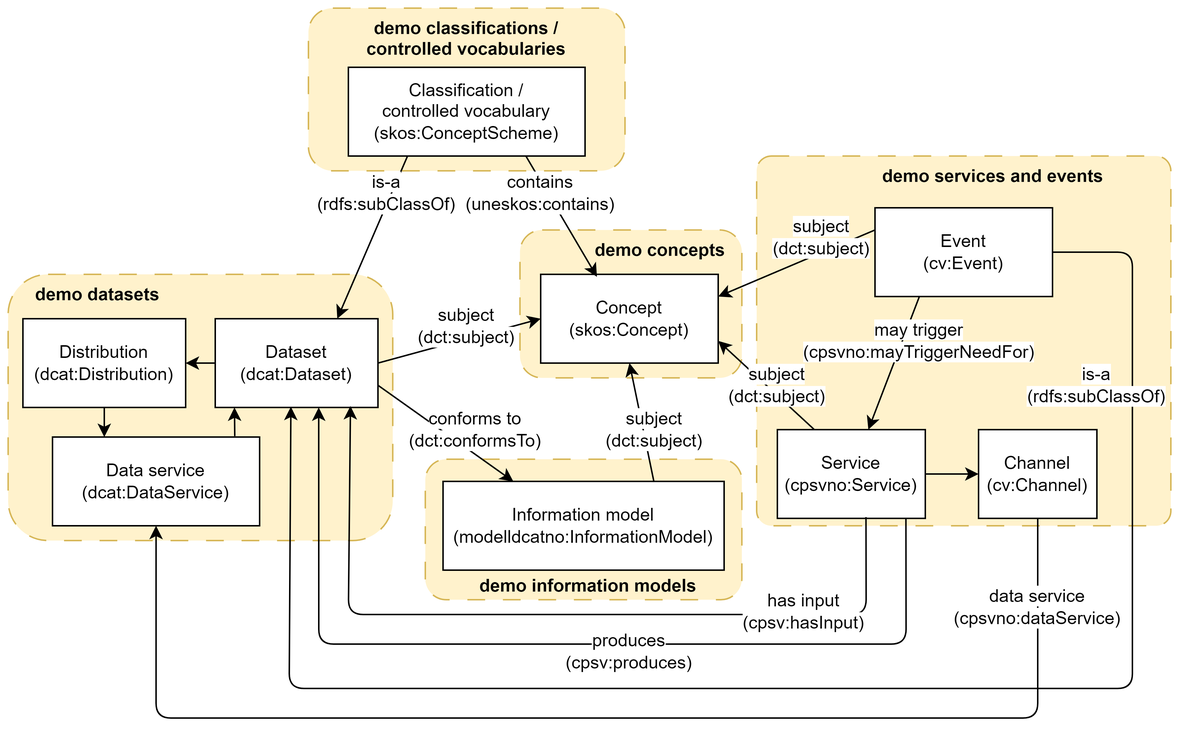
Before: overview/images/crossreferencing-between-showrooms.png, a diagram exported from draw.io (Informasjonsforvaltning/showroom). Source tidied: cells renumbered, new cells last; positions are measured from the earlier drawing's top-left corner, leaving out a move shared by most shapes. The source it was exported from:
```xml
<mxGraphModel>
  <root>
    <mxCell id="0" />
    <mxCell id="1" parent="0" />
    <mxCell id="2" value="&lt;b&gt;&amp;nbsp; &amp;nbsp; &amp;nbsp; &amp;nbsp; &amp;nbsp; &amp;nbsp; demo services and events&lt;/b&gt;" style="rounded=1;whiteSpace=wrap;html=1;dashed=1;dashPattern=12 12;verticalAlign=top;fillColor=#fff2cc;strokeColor=#d6b656;arcSize=4;" parent="1" vertex="1">
      <mxGeometry x="506" y="100" width="280" height="250" as="geometry" />
    </mxCell>
    <mxCell id="3" value="&lt;b&gt;&amp;nbsp; &amp;nbsp; &amp;nbsp;demo datasets&lt;/b&gt;" style="rounded=1;whiteSpace=wrap;html=1;dashed=1;dashPattern=12 12;verticalAlign=top;fillColor=#fff2cc;strokeColor=#d6b656;align=left;" parent="1" vertex="1">
      <mxGeometry y="180" width="260" height="180" as="geometry" />
    </mxCell>
    <mxCell id="4" value="&lt;b&gt;&amp;nbsp; demo information models&lt;/b&gt;" style="rounded=1;whiteSpace=wrap;html=1;dashed=1;dashPattern=12 12;verticalAlign=bottom;labelBackgroundColor=none;fillColor=#fff2cc;strokeColor=#d6b656;align=center;" parent="1" vertex="1">
      <mxGeometry x="282" y="305" width="214" height="95" as="geometry" />
    </mxCell>
    <mxCell id="5" value="&lt;b&gt;&amp;nbsp; &amp;nbsp; &amp;nbsp; &amp;nbsp; &amp;nbsp; &amp;nbsp; demo concepts&lt;/b&gt;" style="rounded=1;whiteSpace=wrap;html=1;dashed=1;dashPattern=12 12;verticalAlign=top;fillColor=#fff2cc;strokeColor=#d6b656;" parent="1" vertex="1">
      <mxGeometry x="346" y="150" width="150" height="100" as="geometry" />
    </mxCell>
    <mxCell id="6" value="&lt;b&gt;demo classifications / &lt;br&gt;controlled vocabularies&lt;/b&gt;" style="rounded=1;whiteSpace=wrap;html=1;dashed=1;dashPattern=12 12;verticalAlign=top;labelBackgroundColor=none;fillColor=#fff2cc;strokeColor=#d6b656;" parent="1" vertex="1">
      <mxGeometry x="203" width="214" height="110" as="geometry" />
    </mxCell>
    <mxCell id="7" value="Classification / &lt;br&gt;controlled vocabulary&lt;br&gt;(skos:ConceptScheme)" style="rounded=0;whiteSpace=wrap;html=1;" parent="1" vertex="1">
      <mxGeometry x="230" y="40" width="160" height="60" as="geometry" />
    </mxCell>
    <mxCell id="8" value="Concept&lt;br&gt;(skos:Concept)" style="rounded=0;whiteSpace=wrap;html=1;" parent="1" vertex="1">
      <mxGeometry x="360" y="180" width="120" height="60" as="geometry" />
    </mxCell>
    <mxCell id="9" style="endArrow=classic;html=1;rounded=0;exitX=0.75;exitY=1;exitDx=0;exitDy=0;entryX=0.317;entryY=0.028;entryDx=0;entryDy=0;entryPerimeter=0;" parent="1" edge="1" source="7" target="8">
      <mxGeometry relative="1" as="geometry" />
    </mxCell>
    <mxCell id="10" value="contains&lt;br&gt;(uneskos:contains)" style="text;html=1;strokeColor=none;fillColor=none;align=center;verticalAlign=middle;whiteSpace=wrap;rounded=0;labelBackgroundColor=default;" parent="1" vertex="1">
      <mxGeometry x="330" y="110" width="60" height="30" as="geometry" />
    </mxCell>
    <mxCell id="11" value="Dataset&lt;br&gt;(dcat:Dataset)" style="rounded=0;whiteSpace=wrap;html=1;" parent="1" vertex="1">
      <mxGeometry x="140" y="210" width="110" height="60" as="geometry" />
    </mxCell>
    <mxCell id="12" style="endArrow=classic;html=1;rounded=0;entryX=0.75;entryY=0;entryDx=0;entryDy=0;endFill=1;exitX=0.25;exitY=1;exitDx=0;exitDy=0;" parent="1" edge="1" source="7" target="11">
      <mxGeometry relative="1" as="geometry" />
    </mxCell>
    <mxCell id="13" value="Information model&lt;br&gt;(modelldcatno:InformationModel)" style="rounded=0;whiteSpace=wrap;html=1;" parent="1" vertex="1">
      <mxGeometry x="294" y="320" width="190" height="60" as="geometry" />
    </mxCell>
    <mxCell id="14" style="endArrow=classic;html=1;rounded=0;exitX=1;exitY=0.75;exitDx=0;exitDy=0;entryX=0.25;entryY=0;entryDx=0;entryDy=0;" parent="1" edge="1" source="11" target="13">
      <mxGeometry relative="1" as="geometry" />
    </mxCell>
    <mxCell id="15" value="&lt;span style=&quot;background-color: rgb(255, 255, 255);&quot;&gt;conforms to&lt;br&gt;(dct:conformsTo)&lt;/span&gt;" style="text;html=1;strokeColor=none;fillColor=none;align=center;verticalAlign=middle;whiteSpace=wrap;rounded=0;labelBackgroundColor=none;" parent="1" vertex="1">
      <mxGeometry x="286" y="270" width="60" height="30" as="geometry" />
    </mxCell>
    <mxCell id="16" style="endArrow=classic;html=1;rounded=0;exitX=1;exitY=0.5;exitDx=0;exitDy=0;entryX=0;entryY=0.5;entryDx=0;entryDy=0;" parent="1" edge="1" source="11" target="8">
      <mxGeometry relative="1" as="geometry" />
    </mxCell>
    <mxCell id="17" value="&lt;span style=&quot;background-color: rgb(255, 255, 255);&quot;&gt;subject&lt;br&gt;(dct:subject)&lt;/span&gt;" style="text;html=1;strokeColor=none;fillColor=none;align=center;verticalAlign=middle;whiteSpace=wrap;rounded=0;labelBackgroundColor=none;" parent="1" vertex="1">
      <mxGeometry x="280" y="200" width="60" height="30" as="geometry" />
    </mxCell>
    <mxCell id="18" value="&lt;span style=&quot;background-color: rgb(255, 255, 255);&quot;&gt;is-a&lt;br&gt;(rdfs:subClassOf)&lt;/span&gt;" style="text;html=1;strokeColor=none;fillColor=none;align=center;verticalAlign=middle;whiteSpace=wrap;rounded=0;labelBackgroundColor=none;" parent="1" vertex="1">
      <mxGeometry x="226" y="110" width="60" height="30" as="geometry" />
    </mxCell>
    <mxCell id="19" style="endArrow=classic;html=1;rounded=0;exitX=0.75;exitY=0;exitDx=0;exitDy=0;entryX=0.5;entryY=1;entryDx=0;entryDy=0;" parent="1" edge="1" source="13" target="8">
      <mxGeometry relative="1" as="geometry" />
    </mxCell>
    <mxCell id="20" value="&lt;span style=&quot;background-color: rgb(255, 255, 255);&quot;&gt;subject&lt;br&gt;(dct:subject)&lt;/span&gt;" style="text;html=1;strokeColor=none;fillColor=none;align=center;verticalAlign=middle;whiteSpace=wrap;rounded=0;labelBackgroundColor=none;" parent="1" vertex="1">
      <mxGeometry x="407" y="270" width="60" height="30" as="geometry" />
    </mxCell>
    <mxCell id="21" value="Service&lt;br&gt;(cpsvno:Service)" style="rounded=0;whiteSpace=wrap;html=1;" parent="1" vertex="1">
      <mxGeometry x="520" y="285" width="100" height="60" as="geometry" />
    </mxCell>
    <mxCell id="22" value="Event&lt;br&gt;(cv:Event)" style="rounded=0;whiteSpace=wrap;html=1;" parent="1" vertex="1">
      <mxGeometry x="586" y="135" width="120" height="60" as="geometry" />
    </mxCell>
    <mxCell id="23" style="endArrow=classic;html=1;rounded=0;exitX=0.25;exitY=1;exitDx=0;exitDy=0;" parent="1" edge="1" source="22" target="21">
      <mxGeometry relative="1" as="geometry" />
    </mxCell>
    <mxCell id="24" value="&lt;span style=&quot;background-color: rgb(255, 255, 255);&quot;&gt;may trigger&lt;br&gt;(cpsvno:mayTriggerNeedFor)&lt;/span&gt;" style="text;html=1;strokeColor=none;fillColor=none;align=center;verticalAlign=middle;whiteSpace=wrap;rounded=0;labelBackgroundColor=none;" parent="1" vertex="1">
      <mxGeometry x="586" y="210" width="60" height="30" as="geometry" />
    </mxCell>
    <mxCell id="25" style="endArrow=classic;html=1;rounded=0;exitX=0;exitY=0.25;exitDx=0;exitDy=0;entryX=1;entryY=0.25;entryDx=0;entryDy=0;" parent="1" edge="1" source="22" target="8">
      <mxGeometry relative="1" as="geometry" />
    </mxCell>
    <mxCell id="26" value="&lt;span style=&quot;background-color: rgb(255, 255, 255);&quot;&gt;subject&lt;br&gt;(dct:subject)&lt;/span&gt;" style="text;html=1;strokeColor=none;fillColor=none;align=center;verticalAlign=middle;whiteSpace=wrap;rounded=0;labelBackgroundColor=none;" parent="1" vertex="1">
      <mxGeometry x="520" y="140" width="60" height="30" as="geometry" />
    </mxCell>
    <mxCell id="27" style="endArrow=classic;html=1;rounded=0;exitX=0.25;exitY=0;exitDx=0;exitDy=0;entryX=1;entryY=0.75;entryDx=0;entryDy=0;" parent="1" edge="1" source="21" target="8">
      <mxGeometry relative="1" as="geometry" />
    </mxCell>
    <mxCell id="28" value="&lt;span style=&quot;background-color: rgb(255, 255, 255);&quot;&gt;subject&lt;br&gt;(dct:subject)&lt;/span&gt;" style="text;html=1;strokeColor=none;fillColor=none;align=center;verticalAlign=middle;whiteSpace=wrap;rounded=0;labelBackgroundColor=none;" parent="1" vertex="1">
      <mxGeometry x="490" y="240" width="60" height="30" as="geometry" />
    </mxCell>
    <mxCell id="29" style="endArrow=classic;html=1;rounded=1;exitX=0.869;exitY=0.995;exitDx=0;exitDy=0;exitPerimeter=0;entryX=0.636;entryY=1;entryDx=0;entryDy=0;entryPerimeter=0;" parent="1" edge="1" source="21" target="11">
      <mxGeometry relative="1" as="geometry">
        <Array as="points">
          <mxPoint x="607" y="430" />
          <mxPoint x="210" y="430" />
        </Array>
      </mxGeometry>
    </mxCell>
    <mxCell id="30" style="endArrow=classic;html=1;rounded=1;entryX=0.831;entryY=0.984;entryDx=0;entryDy=0;exitX=0.599;exitY=0.986;exitDx=0;exitDy=0;entryPerimeter=0;exitPerimeter=0;" parent="1" edge="1" source="21" target="11">
      <mxGeometry relative="1" as="geometry">
        <Array as="points">
          <mxPoint x="580" y="410" />
          <mxPoint x="230" y="410" />
        </Array>
      </mxGeometry>
    </mxCell>
    <mxCell id="31" value="&lt;span style=&quot;background-color: rgb(255, 255, 255);&quot;&gt;has input&lt;br&gt;(cpsv:hasInput)&lt;/span&gt;" style="text;html=1;strokeColor=none;fillColor=none;align=center;verticalAlign=middle;whiteSpace=wrap;rounded=0;labelBackgroundColor=none;" parent="1" vertex="1">
      <mxGeometry x="508" y="393" width="60" height="30" as="geometry" />
    </mxCell>
    <mxCell id="32" value="&lt;span style=&quot;background-color: rgb(255, 255, 255);&quot;&gt;produces&lt;br&gt;(cpsv:produces)&lt;/span&gt;" style="text;html=1;strokeColor=none;fillColor=none;align=center;verticalAlign=middle;whiteSpace=wrap;rounded=0;labelBackgroundColor=none;" parent="1" vertex="1">
      <mxGeometry x="390" y="420" width="60" height="30" as="geometry" />
    </mxCell>
    <mxCell id="33" style="endArrow=classic;html=1;rounded=1;endFill=1;entryX=0.465;entryY=0.992;entryDx=0;entryDy=0;entryPerimeter=0;exitX=1;exitY=0.5;exitDx=0;exitDy=0;" parent="1" edge="1" source="22" target="11">
      <mxGeometry relative="1" as="geometry">
        <Array as="points">
          <mxPoint x="760" y="165" />
          <mxPoint x="760" y="460" />
          <mxPoint x="190" y="460" />
        </Array>
      </mxGeometry>
    </mxCell>
    <mxCell id="34" value="&lt;span style=&quot;background-color: rgb(255, 255, 255);&quot;&gt;is-a&lt;br&gt;(rdfs:subClassOf)&lt;/span&gt;" style="text;html=1;strokeColor=none;fillColor=none;align=center;verticalAlign=middle;whiteSpace=wrap;rounded=0;labelBackgroundColor=none;" parent="1" vertex="1">
      <mxGeometry x="706" y="240" width="60" height="30" as="geometry" />
    </mxCell>
    <mxCell id="35" value="Distribution&lt;br&gt;(dcat:Distribution)" style="rounded=0;whiteSpace=wrap;html=1;" parent="1" vertex="1">
      <mxGeometry x="10" y="210" width="110" height="60" as="geometry" />
    </mxCell>
    <mxCell id="36" value="Data service&lt;br&gt;(dcat:DataService)" style="rounded=0;whiteSpace=wrap;html=1;" parent="1" vertex="1">
      <mxGeometry x="30" y="290" width="140" height="60" as="geometry" />
    </mxCell>
    <mxCell id="37" style="endArrow=classic;html=1;rounded=0;entryX=1;entryY=0.5;entryDx=0;entryDy=0;exitX=0;exitY=0.5;exitDx=0;exitDy=0;" parent="1" edge="1" source="11" target="35">
      <mxGeometry relative="1" as="geometry" />
    </mxCell>
    <mxCell id="38" style="endArrow=classic;html=1;rounded=0;entryX=0.25;entryY=0;entryDx=0;entryDy=0;exitX=0.5;exitY=1;exitDx=0;exitDy=0;" parent="1" edge="1" source="35" target="36">
      <mxGeometry relative="1" as="geometry" />
    </mxCell>
    <mxCell id="39" style="endArrow=classic;html=1;rounded=0;exitX=0.88;exitY=-0.01;exitDx=0;exitDy=0;exitPerimeter=0;" parent="1" edge="1" source="36">
      <mxGeometry relative="1" as="geometry">
        <mxPoint x="153" y="270" as="targetPoint" />
      </mxGeometry>
    </mxCell>
    <mxCell id="40" value="Channel&lt;br&gt;(cv:Channel)" style="rounded=0;whiteSpace=wrap;html=1;" parent="1" vertex="1">
      <mxGeometry x="656" y="285" width="80" height="60" as="geometry" />
    </mxCell>
    <mxCell id="41" style="endArrow=classic;html=1;rounded=1;exitX=0.5;exitY=1;exitDx=0;exitDy=0;" parent="1" edge="1" source="40" target="36">
      <mxGeometry relative="1" as="geometry">
        <Array as="points">
          <mxPoint x="696" y="480" />
          <mxPoint x="100" y="480" />
        </Array>
      </mxGeometry>
    </mxCell>
    <mxCell id="42" style="endArrow=classic;html=1;rounded=0;entryX=0;entryY=0.5;entryDx=0;entryDy=0;exitX=1;exitY=0.5;exitDx=0;exitDy=0;" parent="1" edge="1" source="21" target="40">
      <mxGeometry relative="1" as="geometry" />
    </mxCell>
    <mxCell id="43" value="&lt;span style=&quot;background-color: rgb(255, 255, 255);&quot;&gt;data service&lt;br&gt;(cpsvno:dataService)&lt;/span&gt;" style="text;html=1;strokeColor=none;fillColor=none;align=center;verticalAlign=middle;whiteSpace=wrap;rounded=0;labelBackgroundColor=none;" parent="1" vertex="1">
      <mxGeometry x="666" y="390" width="60" height="30" as="geometry" />
    </mxCell>
  </root>
</mxGraphModel>
```
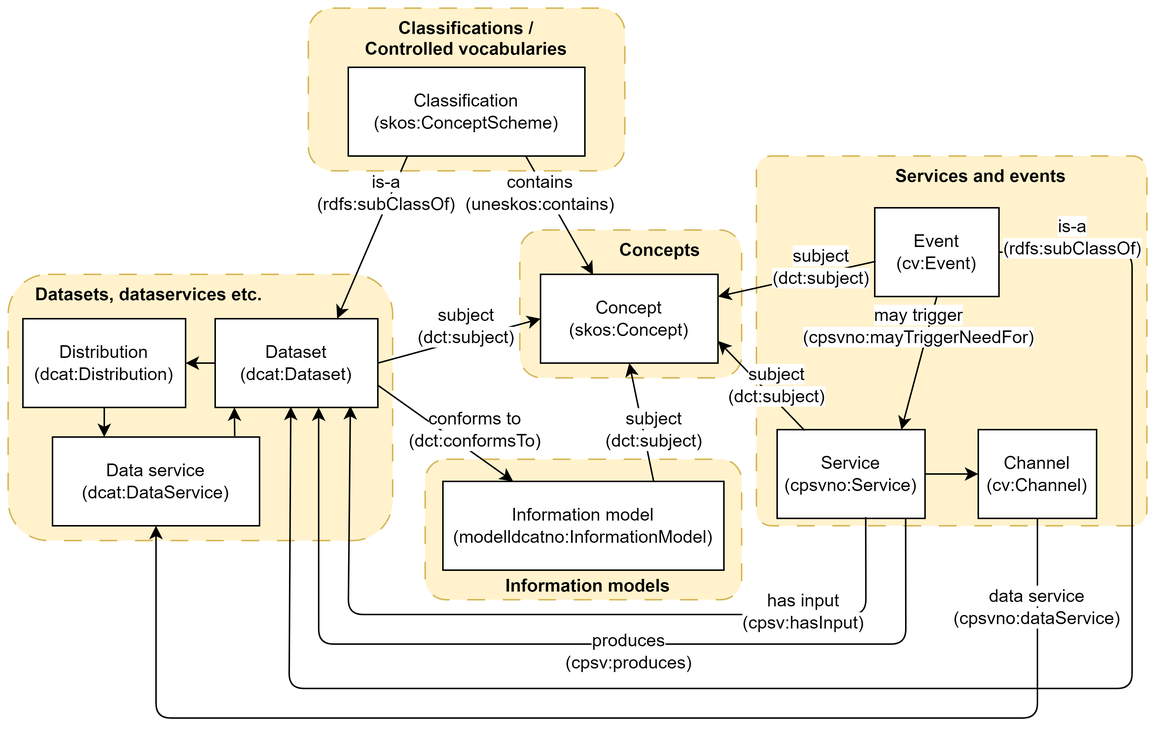
After the change.

Commit message:
Oppdaterer kryssref.-tegningen

Change to the diagram source:
```diff
@@ -2,28 +2,28 @@
   <root>
     <mxCell id="0" />
     <mxCell id="1" parent="0" />
-    <mxCell id="2" value="&lt;b&gt;&amp;nbsp; &amp;nbsp; &amp;nbsp; &amp;nbsp; &amp;nbsp; &amp;nbsp; demo services and events&lt;/b&gt;" style="rounded=1;whiteSpace=wrap;html=1;dashed=1;dashPattern=12 12;verticalAlign=top;fillColor=#fff2cc;strokeColor=#d6b656;arcSize=4;" parent="1" vertex="1">
-      <mxGeometry x="506" y="100" width="280" height="250" as="geometry" />
+    <mxCell id="2" value="&lt;b&gt;&amp;nbsp; &amp;nbsp; &amp;nbsp; &amp;nbsp; &amp;nbsp; &amp;nbsp; Services and events&lt;/b&gt;" style="rounded=1;whiteSpace=wrap;html=1;dashed=1;dashPattern=12 12;verticalAlign=top;fillColor=#fff2cc;strokeColor=#d6b656;arcSize=4;" parent="1" vertex="1">
+      <mxGeometry x="506" y="100" width="264" height="250" as="geometry" />
     </mxCell>
-    <mxCell id="3" value="&lt;b&gt;&amp;nbsp; &amp;nbsp; &amp;nbsp;demo datasets&lt;/b&gt;" style="rounded=1;whiteSpace=wrap;html=1;dashed=1;dashPattern=12 12;verticalAlign=top;fillColor=#fff2cc;strokeColor=#d6b656;align=left;" parent="1" vertex="1">
+    <mxCell id="3" value="&lt;b&gt;&amp;nbsp; &amp;nbsp; &amp;nbsp;Datasets, dataservices etc.&lt;/b&gt;" style="rounded=1;whiteSpace=wrap;html=1;dashed=1;dashPattern=12 12;verticalAlign=top;fillColor=#fff2cc;strokeColor=#d6b656;align=left;" parent="1" vertex="1">
       <mxGeometry y="180" width="260" height="180" as="geometry" />
     </mxCell>
-    <mxCell id="4" value="&lt;b&gt;&amp;nbsp; demo information models&lt;/b&gt;" style="rounded=1;whiteSpace=wrap;html=1;dashed=1;dashPattern=12 12;verticalAlign=bottom;labelBackgroundColor=none;fillColor=#fff2cc;strokeColor=#d6b656;align=center;" parent="1" vertex="1">
+    <mxCell id="4" value="&lt;b&gt;&amp;nbsp; Information models&lt;/b&gt;" style="rounded=1;whiteSpace=wrap;html=1;dashed=1;dashPattern=12 12;verticalAlign=bottom;labelBackgroundColor=none;fillColor=#fff2cc;strokeColor=#d6b656;align=center;" parent="1" vertex="1">
       <mxGeometry x="282" y="305" width="214" height="95" as="geometry" />
     </mxCell>
-    <mxCell id="5" value="&lt;b&gt;&amp;nbsp; &amp;nbsp; &amp;nbsp; &amp;nbsp; &amp;nbsp; &amp;nbsp; demo concepts&lt;/b&gt;" style="rounded=1;whiteSpace=wrap;html=1;dashed=1;dashPattern=12 12;verticalAlign=top;fillColor=#fff2cc;strokeColor=#d6b656;" parent="1" vertex="1">
+    <mxCell id="5" value="&lt;b&gt;&amp;nbsp; &amp;nbsp; &amp;nbsp; &amp;nbsp; &amp;nbsp; &amp;nbsp; Concepts&lt;/b&gt;" style="rounded=1;whiteSpace=wrap;html=1;dashed=1;dashPattern=12 12;verticalAlign=top;fillColor=#fff2cc;strokeColor=#d6b656;" parent="1" vertex="1">
       <mxGeometry x="346" y="150" width="150" height="100" as="geometry" />
     </mxCell>
-    <mxCell id="6" value="&lt;b&gt;demo classifications / &lt;br&gt;controlled vocabularies&lt;/b&gt;" style="rounded=1;whiteSpace=wrap;html=1;dashed=1;dashPattern=12 12;verticalAlign=top;labelBackgroundColor=none;fillColor=#fff2cc;strokeColor=#d6b656;" parent="1" vertex="1">
+    <mxCell id="6" value="&lt;b&gt;Classifications / &lt;br&gt;Controlled vocabularies&lt;/b&gt;" style="rounded=1;whiteSpace=wrap;html=1;dashed=1;dashPattern=12 12;verticalAlign=top;labelBackgroundColor=none;fillColor=#fff2cc;strokeColor=#d6b656;" parent="1" vertex="1">
       <mxGeometry x="203" width="214" height="110" as="geometry" />
     </mxCell>
-    <mxCell id="7" value="Classification / &lt;br&gt;controlled vocabulary&lt;br&gt;(skos:ConceptScheme)" style="rounded=0;whiteSpace=wrap;html=1;" parent="1" vertex="1">
+    <mxCell id="7" value="Classification&lt;br&gt;(skos:ConceptScheme)" style="rounded=0;whiteSpace=wrap;html=1;" parent="1" vertex="1">
       <mxGeometry x="230" y="40" width="160" height="60" as="geometry" />
     </mxCell>
     <mxCell id="8" value="Concept&lt;br&gt;(skos:Concept)" style="rounded=0;whiteSpace=wrap;html=1;" parent="1" vertex="1">
       <mxGeometry x="360" y="180" width="120" height="60" as="geometry" />
     </mxCell>
-    <mxCell id="9" style="endArrow=classic;html=1;rounded=0;exitX=0.75;exitY=1;exitDx=0;exitDy=0;entryX=0.317;entryY=0.028;entryDx=0;entryDy=0;entryPerimeter=0;" parent="1" edge="1" source="7" target="8">
+    <mxCell id="9" style="endArrow=classic;html=1;rounded=0;exitX=0.75;exitY=1;exitDx=0;exitDy=0;entryX=0.296;entryY=0.006;entryDx=0;entryDy=0;entryPerimeter=0;" parent="1" edge="1" source="7" target="8">
       <mxGeometry relative="1" as="geometry" />
     </mxCell>
     <mxCell id="10" value="contains&lt;br&gt;(uneskos:contains)" style="text;html=1;strokeColor=none;fillColor=none;align=center;verticalAlign=middle;whiteSpace=wrap;rounded=0;labelBackgroundColor=default;" parent="1" vertex="1">
@@ -63,21 +63,21 @@
       <mxGeometry x="520" y="285" width="100" height="60" as="geometry" />
     </mxCell>
     <mxCell id="22" value="Event&lt;br&gt;(cv:Event)" style="rounded=0;whiteSpace=wrap;html=1;" parent="1" vertex="1">
-      <mxGeometry x="586" y="135" width="120" height="60" as="geometry" />
+      <mxGeometry x="586" y="135" width="84" height="60" as="geometry" />
     </mxCell>
-    <mxCell id="23" style="endArrow=classic;html=1;rounded=0;exitX=0.25;exitY=1;exitDx=0;exitDy=0;" parent="1" edge="1" source="22" target="21">
+    <mxCell id="23" style="endArrow=classic;html=1;rounded=0;exitX=0.5;exitY=1;exitDx=0;exitDy=0;entryX=0.84;entryY=0.001;entryDx=0;entryDy=0;entryPerimeter=0;" parent="1" edge="1" source="22" target="21">
       <mxGeometry relative="1" as="geometry" />
     </mxCell>
     <mxCell id="24" value="&lt;span style=&quot;background-color: rgb(255, 255, 255);&quot;&gt;may trigger&lt;br&gt;(cpsvno:mayTriggerNeedFor)&lt;/span&gt;" style="text;html=1;strokeColor=none;fillColor=none;align=center;verticalAlign=middle;whiteSpace=wrap;rounded=0;labelBackgroundColor=none;" parent="1" vertex="1">
-      <mxGeometry x="586" y="210" width="60" height="30" as="geometry" />
+      <mxGeometry x="586" y="200" width="60" height="30" as="geometry" />
     </mxCell>
-    <mxCell id="25" style="endArrow=classic;html=1;rounded=0;exitX=0;exitY=0.25;exitDx=0;exitDy=0;entryX=1;entryY=0.25;entryDx=0;entryDy=0;" parent="1" edge="1" source="22" target="8">
+    <mxCell id="25" style="endArrow=classic;html=1;rounded=0;exitX=0.007;exitY=0.604;exitDx=0;exitDy=0;entryX=1;entryY=0.25;entryDx=0;entryDy=0;exitPerimeter=0;" parent="1" edge="1" source="22" target="8">
       <mxGeometry relative="1" as="geometry" />
     </mxCell>
     <mxCell id="26" value="&lt;span style=&quot;background-color: rgb(255, 255, 255);&quot;&gt;subject&lt;br&gt;(dct:subject)&lt;/span&gt;" style="text;html=1;strokeColor=none;fillColor=none;align=center;verticalAlign=middle;whiteSpace=wrap;rounded=0;labelBackgroundColor=none;" parent="1" vertex="1">
-      <mxGeometry x="520" y="140" width="60" height="30" as="geometry" />
+      <mxGeometry x="520" y="160" width="60" height="30" as="geometry" />
     </mxCell>
-    <mxCell id="27" style="endArrow=classic;html=1;rounded=0;exitX=0.25;exitY=0;exitDx=0;exitDy=0;entryX=1;entryY=0.75;entryDx=0;entryDy=0;" parent="1" edge="1" source="21" target="8">
+    <mxCell id="27" style="endArrow=classic;html=1;rounded=0;exitX=0.186;exitY=0.009;exitDx=0;exitDy=0;entryX=1;entryY=0.75;entryDx=0;entryDy=0;exitPerimeter=0;" parent="1" edge="1" source="21" target="8">
       <mxGeometry relative="1" as="geometry" />
     </mxCell>
     <mxCell id="28" value="&lt;span style=&quot;background-color: rgb(255, 255, 255);&quot;&gt;subject&lt;br&gt;(dct:subject)&lt;/span&gt;" style="text;html=1;strokeColor=none;fillColor=none;align=center;verticalAlign=middle;whiteSpace=wrap;rounded=0;labelBackgroundColor=none;" parent="1" vertex="1">
@@ -115,7 +115,7 @@
       </mxGeometry>
     </mxCell>
     <mxCell id="34" value="&lt;span style=&quot;background-color: rgb(255, 255, 255);&quot;&gt;is-a&lt;br&gt;(rdfs:subClassOf)&lt;/span&gt;" style="text;html=1;strokeColor=none;fillColor=none;align=center;verticalAlign=middle;whiteSpace=wrap;rounded=0;labelBackgroundColor=none;" parent="1" vertex="1">
-      <mxGeometry x="706" y="240" width="60" height="30" as="geometry" />
+      <mxGeometry x="690" y="140" width="60" height="30" as="geometry" />
     </mxCell>
     <mxCell id="35" value="Distribution&lt;br&gt;(dcat:Distribution)" style="rounded=0;whiteSpace=wrap;html=1;" parent="1" vertex="1">
       <mxGeometry x="10" y="210" width="110" height="60" as="geometry" />
```
